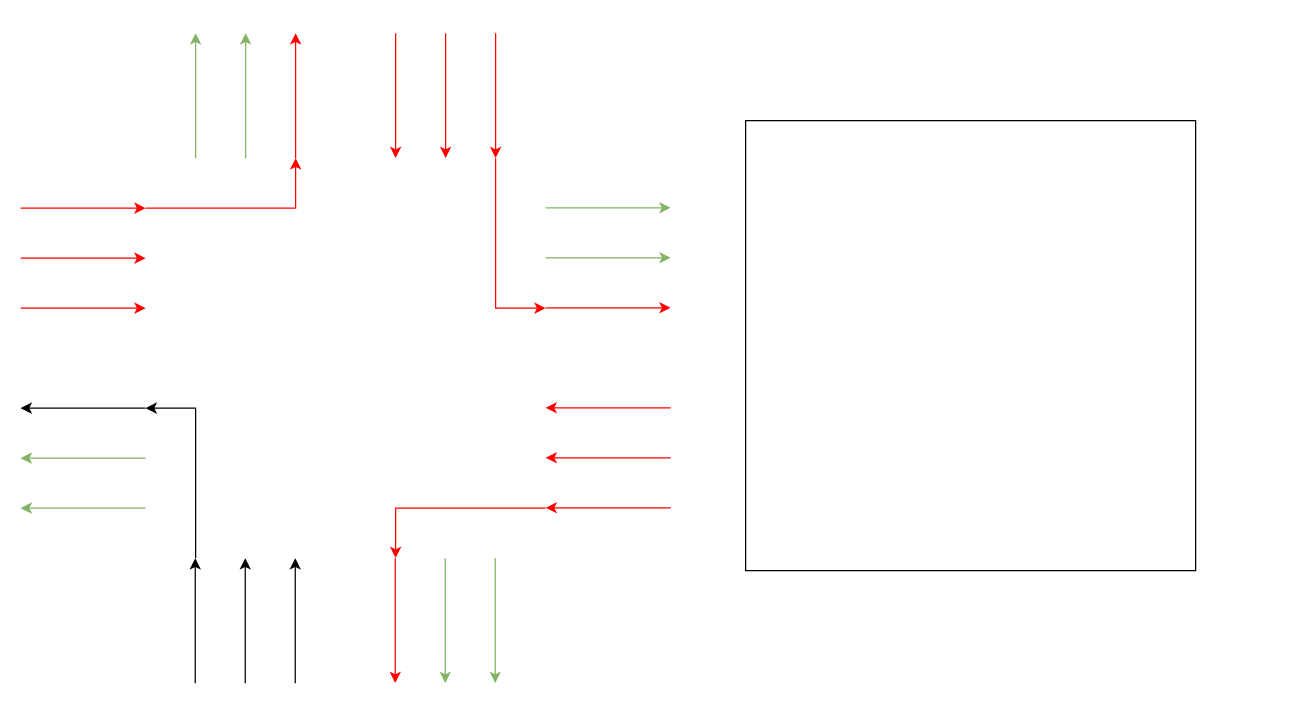
Earlier version of the draw.io diagram 流向图.drawio (As-The-Wind/game-of-life-4-4). Source tidied: cells renumbered, new cells numbered last; positions are measured from the earlier drawing's top-left corner, leaving out a move shared by most shapes. Both pictures are drawn from the tidied source at 125%, with x=0, y=0 at pixel (20, 32).
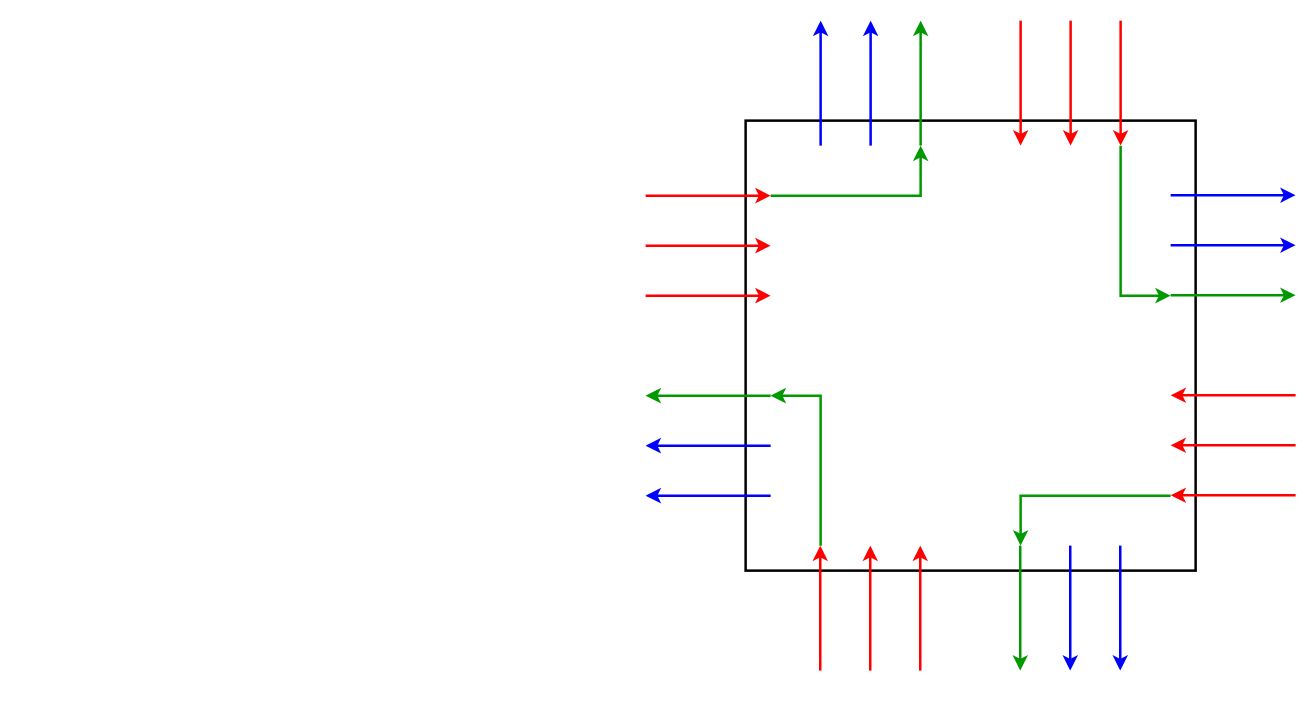
The same page after the edit.

Change to the diagram source:
```diff
@@
-    <mxCell id="2" style="rounded=0;whiteSpace=wrap;html=1;" parent="1" vertex="1">
+    <mxCell id="2" style="rounded=0;whiteSpace=wrap;html=1;strokeWidth=2;" parent="1" vertex="1">
       <mxGeometry x="580" y="70" width="360" height="360" as="geometry" />
     </mxCell>
-    <mxCell id="3" style="endArrow=classic;html=1;rounded=0;fillColor=#f8cecc;strokeColor=#FF0000;" parent="1" edge="1">
+    <mxCell id="3" style="endArrow=classic;html=1;rounded=0;fillColor=#f8cecc;strokeColor=#FF0000;strokeWidth=2;" parent="1" edge="1">
       <mxGeometry relative="1" as="geometry">
-        <mxPoint y="140" as="sourcePoint" />
-        <mxPoint x="100" y="140" as="targetPoint" />
+        <mxPoint x="500" y="130" as="sourcePoint" />
+        <mxPoint x="600" y="130" as="targetPoint" />
       </mxGeometry>
     </mxCell>
-    <mxCell id="4" style="endArrow=classic;html=1;rounded=0;fillColor=#f8cecc;strokeColor=#FF0000;" parent="1" edge="1">
+    <mxCell id="4" style="endArrow=classic;html=1;rounded=0;fillColor=#f8cecc;strokeColor=#FF0000;strokeWidth=2;" parent="1" edge="1">
       <mxGeometry relative="1" as="geometry">
-        <mxPoint y="180" as="sourcePoint" />
-        <mxPoint x="100" y="180" as="targetPoint" />
+        <mxPoint x="500" y="170" as="sourcePoint" />
+        <mxPoint x="600" y="170" as="targetPoint" />
       </mxGeometry>
     </mxCell>
-    <mxCell id="5" style="endArrow=classic;html=1;rounded=0;fillColor=#f8cecc;strokeColor=#FF0000;" parent="1" edge="1">
+    <mxCell id="5" style="endArrow=classic;html=1;rounded=0;fillColor=#f8cecc;strokeColor=#FF0000;strokeWidth=2;" parent="1" edge="1">
       <mxGeometry relative="1" as="geometry">
-        <mxPoint y="220" as="sourcePoint" />
-        <mxPoint x="100" y="220" as="targetPoint" />
+        <mxPoint x="500" y="210" as="sourcePoint" />
+        <mxPoint x="600" y="210" as="targetPoint" />
       </mxGeometry>
     </mxCell>
-    <mxCell id="6" style="endArrow=classic;html=1;rounded=0;" parent="1" edge="1">
+    <mxCell id="6" style="endArrow=classic;html=1;rounded=0;strokeColor=#009900;strokeWidth=2;" parent="1" edge="1">
       <mxGeometry relative="1" as="geometry">
-        <mxPoint x="100" y="300" as="sourcePoint" />
-        <mxPoint y="300" as="targetPoint" />
+        <mxPoint x="600" y="290" as="sourcePoint" />
+        <mxPoint x="500" y="290" as="targetPoint" />
       </mxGeometry>
     </mxCell>
-    <mxCell id="7" style="endArrow=classic;html=1;rounded=0;fillColor=#d5e8d4;strokeColor=#82b366;" parent="1" edge="1">
+    <mxCell id="7" style="endArrow=classic;html=1;rounded=0;fillColor=#d5e8d4;strokeColor=#0000FF;strokeWidth=2;" parent="1" edge="1">
       <mxGeometry relative="1" as="geometry">
-        <mxPoint x="100" y="340" as="sourcePoint" />
-        <mxPoint y="340" as="targetPoint" />
+        <mxPoint x="600" y="330" as="sourcePoint" />
+        <mxPoint x="500" y="330" as="targetPoint" />
       </mxGeometry>
     </mxCell>
-    <mxCell id="8" style="endArrow=classic;html=1;rounded=0;fillColor=#d5e8d4;strokeColor=#82b366;" parent="1" edge="1">
+    <mxCell id="8" style="endArrow=classic;html=1;rounded=0;fillColor=#d5e8d4;strokeColor=#0000FF;strokeWidth=2;" parent="1" edge="1">
       <mxGeometry relative="1" as="geometry">
-        <mxPoint x="100" y="380" as="sourcePoint" />
-        <mxPoint y="380" as="targetPoint" />
+        <mxPoint x="600" y="370" as="sourcePoint" />
+        <mxPoint x="500" y="370" as="targetPoint" />
       </mxGeometry>
     </mxCell>
-    <mxCell id="9" style="endArrow=classic;html=1;rounded=0;fillColor=#d5e8d4;strokeColor=#82b366;" parent="1" edge="1">
+    <mxCell id="9" style="endArrow=classic;html=1;rounded=0;fillColor=#d5e8d4;strokeColor=#0000FF;strokeWidth=2;" parent="1" edge="1">
       <mxGeometry relative="1" as="geometry">
-        <mxPoint x="420" y="139.7" as="sourcePoint" />
-        <mxPoint x="520" y="139.7" as="targetPoint" />
+        <mxPoint x="920" y="129.7" as="sourcePoint" />
+        <mxPoint x="1020" y="129.7" as="targetPoint" />
       </mxGeometry>
     </mxCell>
-    <mxCell id="10" style="endArrow=classic;html=1;rounded=0;fillColor=#d5e8d4;strokeColor=#82b366;" parent="1" edge="1">
+    <mxCell id="10" style="endArrow=classic;html=1;rounded=0;fillColor=#d5e8d4;strokeColor=#0000FF;strokeWidth=2;" parent="1" edge="1">
       <mxGeometry relative="1" as="geometry">
-        <mxPoint x="420" y="179.7" as="sourcePoint" />
-        <mxPoint x="520" y="179.7" as="targetPoint" />
+        <mxPoint x="920" y="169.7" as="sourcePoint" />
+        <mxPoint x="1020" y="169.7" as="targetPoint" />
       </mxGeometry>
     </mxCell>
-    <mxCell id="11" style="endArrow=classic;html=1;rounded=0;strokeColor=#FF0000;" parent="1" edge="1">
+    <mxCell id="11" style="endArrow=classic;html=1;rounded=0;strokeColor=#009900;strokeWidth=2;" parent="1" edge="1">
       <mxGeometry relative="1" as="geometry">
-        <mxPoint x="420" y="219.7" as="sourcePoint" />
-        <mxPoint x="520" y="219.7" as="targetPoint" />
+        <mxPoint x="920" y="209.7" as="sourcePoint" />
+        <mxPoint x="1020" y="209.7" as="targetPoint" />
       </mxGeometry>
     </mxCell>
-    <mxCell id="12" style="endArrow=classic;html=1;rounded=0;strokeColor=#FF0000;" parent="1" edge="1">
+    <mxCell id="12" style="endArrow=classic;html=1;rounded=0;strokeColor=#FF0000;strokeWidth=2;" parent="1" edge="1">
       <mxGeometry relative="1" as="geometry">
-        <mxPoint x="520" y="299.7" as="sourcePoint" />
-        <mxPoint x="420" y="299.7" as="targetPoint" />
+        <mxPoint x="1020" y="289.7" as="sourcePoint" />
+        <mxPoint x="920" y="289.7" as="targetPoint" />
       </mxGeometry>
     </mxCell>
-    <mxCell id="13" style="endArrow=classic;html=1;rounded=0;strokeColor=#FF0000;" parent="1" edge="1">
+    <mxCell id="13" style="endArrow=classic;html=1;rounded=0;strokeColor=#FF0000;strokeWidth=2;" parent="1" edge="1">
       <mxGeometry relative="1" as="geometry">
-        <mxPoint x="520" y="339.7" as="sourcePoint" />
-        <mxPoint x="420" y="339.7" as="targetPoint" />
+        <mxPoint x="1020" y="329.7" as="sourcePoint" />
+        <mxPoint x="920" y="329.7" as="targetPoint" />
       </mxGeometry>
     </mxCell>
-    <mxCell id="14" style="endArrow=classic;html=1;rounded=0;strokeColor=#FF0000;" parent="1" edge="1">
+    <mxCell id="14" style="endArrow=classic;html=1;rounded=0;strokeColor=#FF0000;strokeWidth=2;" parent="1" edge="1">
       <mxGeometry relative="1" as="geometry">
-        <mxPoint x="520" y="379.7" as="sourcePoint" />
-        <mxPoint x="420" y="379.7" as="targetPoint" />
+        <mxPoint x="1020" y="369.7" as="sourcePoint" />
+        <mxPoint x="920" y="369.7" as="targetPoint" />
       </mxGeometry>
     </mxCell>
-    <mxCell id="15" style="endArrow=classic;html=1;rounded=0;fillColor=#d5e8d4;strokeColor=#82b366;" parent="1" edge="1">
+    <mxCell id="15" style="endArrow=classic;html=1;rounded=0;fillColor=#d5e8d4;strokeColor=#0000FF;strokeWidth=2;" parent="1" edge="1">
       <mxGeometry relative="1" as="geometry">
-        <mxPoint x="140" y="100" as="sourcePoint" />
-        <mxPoint x="140" as="targetPoint" />
+        <mxPoint x="640" y="90" as="sourcePoint" />
+        <mxPoint x="640" y="-10" as="targetPoint" />
       </mxGeometry>
     </mxCell>
-    <mxCell id="16" style="endArrow=classic;html=1;rounded=0;fillColor=#d5e8d4;strokeColor=#82b366;" parent="1" edge="1">
+    <mxCell id="16" style="endArrow=classic;html=1;rounded=0;fillColor=#d5e8d4;strokeColor=#0000FF;strokeWidth=2;" parent="1" edge="1">
       <mxGeometry relative="1" as="geometry">
-        <mxPoint x="180" y="100" as="sourcePoint" />
-        <mxPoint x="180" as="targetPoint" />
+        <mxPoint x="680" y="90" as="sourcePoint" />
+        <mxPoint x="680" y="-10" as="targetPoint" />
       </mxGeometry>
     </mxCell>
-    <mxCell id="17" style="endArrow=classic;html=1;rounded=0;fillColor=#f8cecc;strokeColor=#FF0000;" parent="1" edge="1">
+    <mxCell id="17" style="endArrow=classic;html=1;rounded=0;fillColor=#f8cecc;strokeColor=#009900;strokeWidth=2;" parent="1" edge="1">
       <mxGeometry relative="1" as="geometry">
-        <mxPoint x="220" y="100" as="sourcePoint" />
-        <mxPoint x="220" as="targetPoint" />
+        <mxPoint x="720" y="90" as="sourcePoint" />
+        <mxPoint x="720" y="-10" as="targetPoint" />
       </mxGeometry>
     </mxCell>
-    <mxCell id="18" style="endArrow=classic;html=1;rounded=0;strokeColor=#FF0000;" parent="1" edge="1">
+    <mxCell id="18" style="endArrow=classic;html=1;rounded=0;strokeColor=#FF0000;strokeWidth=2;" parent="1" edge="1">
       <mxGeometry relative="1" as="geometry">
-        <mxPoint x="300" as="sourcePoint" />
-        <mxPoint x="300" y="100" as="targetPoint" />
+        <mxPoint x="800" y="-10" as="sourcePoint" />
+        <mxPoint x="800" y="90" as="targetPoint" />
       </mxGeometry>
     </mxCell>
-    <mxCell id="19" style="endArrow=classic;html=1;rounded=0;strokeColor=#FF0000;" parent="1" edge="1">
+    <mxCell id="19" style="endArrow=classic;html=1;rounded=0;strokeColor=#FF0000;strokeWidth=2;" parent="1" edge="1">
       <mxGeometry relative="1" as="geometry">
-        <mxPoint x="340" as="sourcePoint" />
-        <mxPoint x="340" y="100" as="targetPoint" />
+        <mxPoint x="840" y="-10" as="sourcePoint" />
+        <mxPoint x="840" y="90" as="targetPoint" />
       </mxGeometry>
     </mxCell>
-    <mxCell id="20" style="endArrow=classic;html=1;rounded=0;strokeColor=#FF0000;" parent="1" edge="1">
+    <mxCell id="20" style="endArrow=classic;html=1;rounded=0;strokeColor=#FF0000;strokeWidth=2;" parent="1" edge="1">
       <mxGeometry relative="1" as="geometry">
-        <mxPoint x="380" as="sourcePoint" />
-        <mxPoint x="380" y="100" as="targetPoint" />
+        <mxPoint x="880" y="-10" as="sourcePoint" />
+        <mxPoint x="880" y="90" as="targetPoint" />
       </mxGeometry>
     </mxCell>
-    <mxCell id="21" style="endArrow=classic;html=1;rounded=0;" parent="1" edge="1">
+    <mxCell id="21" style="endArrow=classic;html=1;rounded=0;strokeColor=#FF0000;strokeWidth=2;" parent="1" edge="1">
       <mxGeometry relative="1" as="geometry">
-        <mxPoint x="139.7" y="520" as="sourcePoint" />
-        <mxPoint x="139.7" y="420" as="targetPoint" />
+        <mxPoint x="639.7" y="510" as="sourcePoint" />
+        <mxPoint x="639.7" y="410" as="targetPoint" />
       </mxGeometry>
     </mxCell>
-    <mxCell id="22" style="endArrow=classic;html=1;rounded=0;" parent="1" edge="1">
+    <mxCell id="22" style="endArrow=classic;html=1;rounded=0;strokeColor=#FF0000;strokeWidth=2;" parent="1" edge="1">
       <mxGeometry relative="1" as="geometry">
-        <mxPoint x="179.7" y="520" as="sourcePoint" />
-        <mxPoint x="179.7" y="420" as="targetPoint" />
+        <mxPoint x="679.7" y="510" as="sourcePoint" />
+        <mxPoint x="679.7" y="410" as="targetPoint" />
       </mxGeometry>
     </mxCell>
-    <mxCell id="23" style="endArrow=classic;html=1;rounded=0;" parent="1" edge="1">
+    <mxCell id="23" style="endArrow=classic;html=1;rounded=0;strokeColor=#FF0000;strokeWidth=2;" parent="1" edge="1">
       <mxGeometry relative="1" as="geometry">
-        <mxPoint x="219.7" y="520" as="sourcePoint" />
-        <mxPoint x="219.7" y="420" as="targetPoint" />
+        <mxPoint x="719.7" y="510" as="sourcePoint" />
+        <mxPoint x="719.7" y="410" as="targetPoint" />
       </mxGeometry>
     </mxCell>
-    <mxCell id="24" style="endArrow=classic;html=1;rounded=0;strokeColor=#FF0000;" parent="1" edge="1">
+    <mxCell id="24" style="endArrow=classic;html=1;rounded=0;strokeColor=#009900;strokeWidth=2;" parent="1" edge="1">
       <mxGeometry relative="1" as="geometry">
-        <mxPoint x="299.7" y="420" as="sourcePoint" />
-        <mxPoint x="299.7" y="520" as="targetPoint" />
+        <mxPoint x="799.7" y="410" as="sourcePoint" />
+        <mxPoint x="799.7" y="510" as="targetPoint" />
       </mxGeometry>
     </mxCell>
-    <mxCell id="25" style="endArrow=classic;html=1;rounded=0;fillColor=#d5e8d4;strokeColor=#82b366;" parent="1" edge="1">
+    <mxCell id="25" style="endArrow=classic;html=1;rounded=0;fillColor=#d5e8d4;strokeColor=#0000FF;strokeWidth=2;" parent="1" edge="1">
       <mxGeometry relative="1" as="geometry">
-        <mxPoint x="339.7" y="420" as="sourcePoint" />
-        <mxPoint x="339.7" y="520" as="targetPoint" />
+        <mxPoint x="839.7" y="410" as="sourcePoint" />
+        <mxPoint x="839.7" y="510" as="targetPoint" />
       </mxGeometry>
     </mxCell>
-    <mxCell id="26" style="endArrow=classic;html=1;rounded=0;fillColor=#d5e8d4;strokeColor=#82b366;" parent="1" edge="1">
+    <mxCell id="26" style="endArrow=classic;html=1;rounded=0;fillColor=#d5e8d4;strokeColor=#0000FF;strokeWidth=2;" parent="1" edge="1">
       <mxGeometry relative="1" as="geometry">
-        <mxPoint x="379.7" y="420" as="sourcePoint" />
-        <mxPoint x="379.7" y="520" as="targetPoint" />
+        <mxPoint x="879.7" y="410" as="sourcePoint" />
+        <mxPoint x="879.7" y="510" as="targetPoint" />
       </mxGeometry>
     </mxCell>
-    <mxCell id="27" style="endArrow=classic;html=1;rounded=0;fillColor=#f8cecc;strokeColor=#FF0000;" parent="1" edge="1">
+    <mxCell id="27" style="endArrow=classic;html=1;rounded=0;fillColor=#f8cecc;strokeColor=#009900;strokeWidth=2;" parent="1" edge="1">
       <mxGeometry relative="1" as="geometry">
-        <mxPoint x="100" y="140" as="sourcePoint" />
-        <mxPoint x="220" y="100" as="targetPoint" />
+        <mxPoint x="600" y="130" as="sourcePoint" />
+        <mxPoint x="720" y="90" as="targetPoint" />
         <Array as="points">
-          <mxPoint x="220" y="140" />
+          <mxPoint x="720" y="130" />
         </Array>
       </mxGeometry>
     </mxCell>
-    <mxCell id="28" style="endArrow=classic;html=1;rounded=0;strokeColor=#FF0000;" parent="1" edge="1">
+    <mxCell id="28" style="endArrow=classic;html=1;rounded=0;strokeColor=#009900;strokeWidth=2;" parent="1" edge="1">
       <mxGeometry relative="1" as="geometry">
-        <mxPoint x="380" y="100" as="sourcePoint" />
-        <mxPoint x="420" y="220" as="targetPoint" />
+        <mxPoint x="880" y="90" as="sourcePoint" />
+        <mxPoint x="920" y="210" as="targetPoint" />
         <Array as="points">
-          <mxPoint x="380" y="220" />
+          <mxPoint x="880" y="210" />
         </Array>
       </mxGeometry>
     </mxCell>
-    <mxCell id="29" style="endArrow=classic;html=1;rounded=0;strokeColor=#FF0000;" parent="1" edge="1">
+    <mxCell id="29" style="endArrow=classic;html=1;rounded=0;strokeColor=#009900;strokeWidth=2;" parent="1" edge="1">
       <mxGeometry relative="1" as="geometry">
-        <mxPoint x="420" y="380" as="sourcePoint" />
-        <mxPoint x="300" y="420" as="targetPoint" />
+        <mxPoint x="920" y="370" as="sourcePoint" />
+        <mxPoint x="800" y="410" as="targetPoint" />
         <Array as="points">
-          <mxPoint x="300" y="380" />
+          <mxPoint x="800" y="370" />
         </Array>
       </mxGeometry>
     </mxCell>
-    <mxCell id="30" style="endArrow=classic;html=1;rounded=0;" parent="1" edge="1">
+    <mxCell id="30" style="endArrow=classic;html=1;rounded=0;strokeColor=#009900;strokeWidth=2;" parent="1" edge="1">
       <mxGeometry relative="1" as="geometry">
-        <mxPoint x="140" y="420" as="sourcePoint" />
-        <mxPoint x="100" y="300" as="targetPoint" />
+        <mxPoint x="640" y="410" as="sourcePoint" />
+        <mxPoint x="600" y="290" as="targetPoint" />
         <Array as="points">
-          <mxPoint x="140" y="300" />
+          <mxPoint x="640" y="290" />
         </Array>
       </mxGeometry>
     </mxCell>
```
